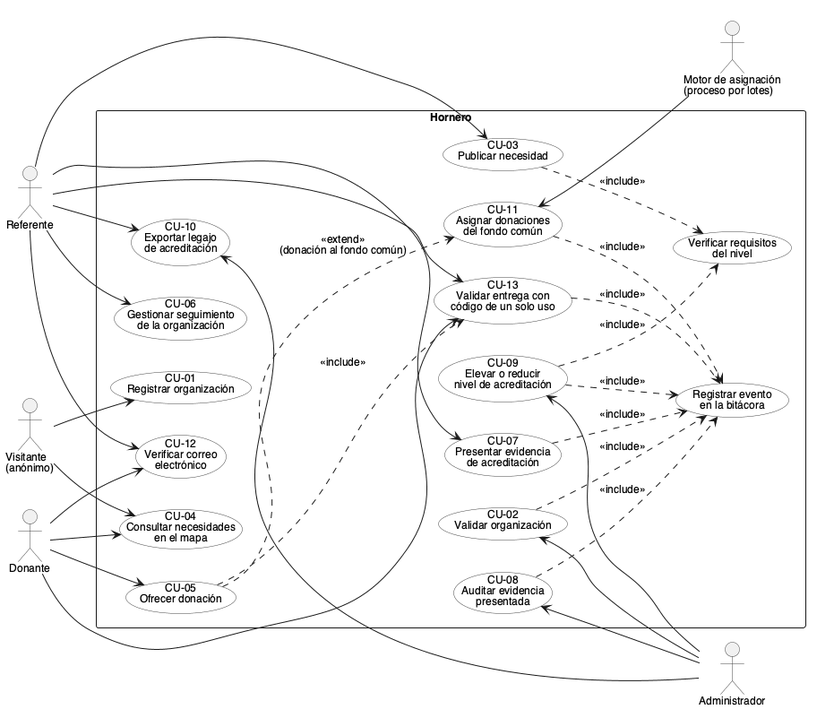
The PlantUML diagram docs/tesis/diagramas/casos-uso/general.png in S21-Projects/hornero_monorepo, before a commit. The source it was exported from:
```plantuml
@startuml

!include _estilo.iuml

actor "Visitante\n(anónimo)" as Visitante
actor "Donante" as Donante
actor "Referente" as Referente
rectangle "Hornero" {
  usecase "CU-01\nRegistrar organización" as CU01
  usecase "CU-02\nValidar organización" as CU02
  usecase "CU-03\nPublicar necesidad" as CU03
  usecase "CU-04\nConsultar necesidades\nen el mapa" as CU04
  usecase "CU-05\nOfrecer donación" as CU05
  usecase "CU-06\nGestionar seguimiento\nde la organización" as CU06
  usecase "CU-07\nPresentar evidencia\nde acreditación" as CU07
  usecase "CU-08\nAuditar evidencia\npresentada" as CU08
  usecase "CU-09\nElevar o reducir\nnivel de acreditación" as CU09
  usecase "CU-10\nExportar legajo\nde acreditación" as CU10
  usecase "CU-11\nAsignar donaciones\ndel fondo común" as CU11
  usecase "CU-12\nVerificar correo\nelectrónico" as CU12
  usecase "CU-13\nValidar entrega con\ncódigo de un solo uso" as CU13
  usecase "Registrar evento\nen la bitácora" as Bitacora
  usecase "Verificar requisitos\ndel nivel" as VerificarReq
}

actor "Administrador" as Admin
actor "Motor de asignación\n(proceso por lotes)" as Motor

Visitante --> CU04
Visitante --> CU01

Donante --> CU05
Donante --> CU13
Donante --> CU04
Donante --> CU12

Referente --> CU03
Referente --> CU06
Referente --> CU07
Referente --> CU12
Referente --> CU10
Referente --> CU13

CU02 <-- Admin
CU08 <-- Admin
CU09 <-- Admin
CU10 <-- Admin

CU11 <-- Motor

CU02 ..> Bitacora : <<include>>
CU07 ..> Bitacora : <<include>>
CU08 ..> Bitacora : <<include>>
CU09 ..> Bitacora : <<include>>
CU09 ..> VerificarReq : <<include>>
CU11 ..> Bitacora : <<include>>
CU13 ..> Bitacora : <<include>>
CU05 ..> CU13 : <<include>>
CU03 ..> VerificarReq : <<include>>
CU05 ..> CU11 : <<extend>>\n(donación al fondo común)

@enduml
```
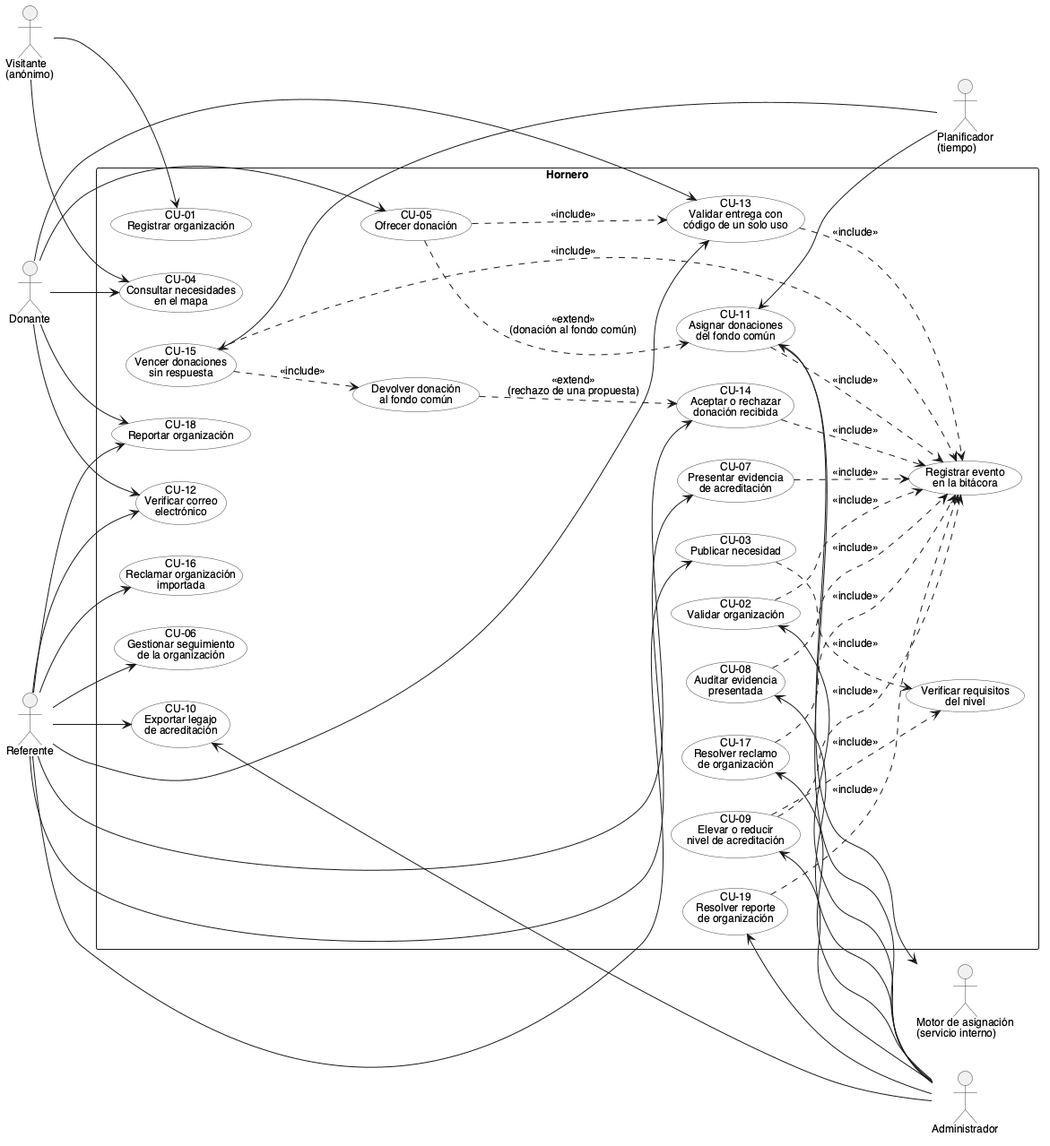
The same file after the commit.

What changed in the source:
```diff
@@ -19,12 +19,20 @@
   usecase "CU-11\nAsignar donaciones\ndel fondo común" as CU11
   usecase "CU-12\nVerificar correo\nelectrónico" as CU12
   usecase "CU-13\nValidar entrega con\ncódigo de un solo uso" as CU13
+  usecase "CU-14\nAceptar o rechazar\ndonación recibida" as CU14
+  usecase "CU-15\nVencer donaciones\nsin respuesta" as CU15
+  usecase "CU-16\nReclamar organización\nimportada" as CU16
+  usecase "CU-17\nResolver reclamo\nde organización" as CU17
+  usecase "CU-18\nReportar organización" as CU18
+  usecase "CU-19\nResolver reporte\nde organización" as CU19
+  usecase "Devolver donación\nal fondo común" as Devolver
   usecase "Registrar evento\nen la bitácora" as Bitacora
   usecase "Verificar requisitos\ndel nivel" as VerificarReq
 }
 
 actor "Administrador" as Admin
-actor "Motor de asignación\n(proceso por lotes)" as Motor
+actor "Planificador\n(tiempo)" as Planificador
+actor "Motor de asignación\n(servicio interno)" as Motor
 
 Visitante --> CU04
 Visitante --> CU01
@@ -33,6 +41,7 @@
 Donante --> CU13
 Donante --> CU04
 Donante --> CU12
+Donante --> CU18
 
 Referente --> CU03
 Referente --> CU06
@@ -40,13 +49,22 @@
 Referente --> CU12
 Referente --> CU10
 Referente --> CU13
+Referente --> CU14
+Referente --> CU16
+Referente --> CU18
 
 CU02 <-- Admin
 CU08 <-- Admin
 CU09 <-- Admin
 CU10 <-- Admin
+CU11 <-- Admin
+CU17 <-- Admin
+CU19 <-- Admin
 
-CU11 <-- Motor
+CU11 <-- Planificador
+CU15 <-- Planificador
+
+CU11 --> Motor
 
 CU02 ..> Bitacora : <<include>>
 CU07 ..> Bitacora : <<include>>
@@ -55,8 +73,14 @@
 CU09 ..> VerificarReq : <<include>>
 CU11 ..> Bitacora : <<include>>
 CU13 ..> Bitacora : <<include>>
+CU14 ..> Bitacora : <<include>>
+CU15 ..> Bitacora : <<include>>
+CU17 ..> Bitacora : <<include>>
+CU19 ..> Bitacora : <<include>>
 CU05 ..> CU13 : <<include>>
 CU03 ..> VerificarReq : <<include>>
 CU05 ..> CU11 : <<extend>>\n(donación al fondo común)
+Devolver ..> CU14 : <<extend>>\n(rechazo de una propuesta)
+CU15 ..> Devolver : <<include>>
 
 @enduml
```
